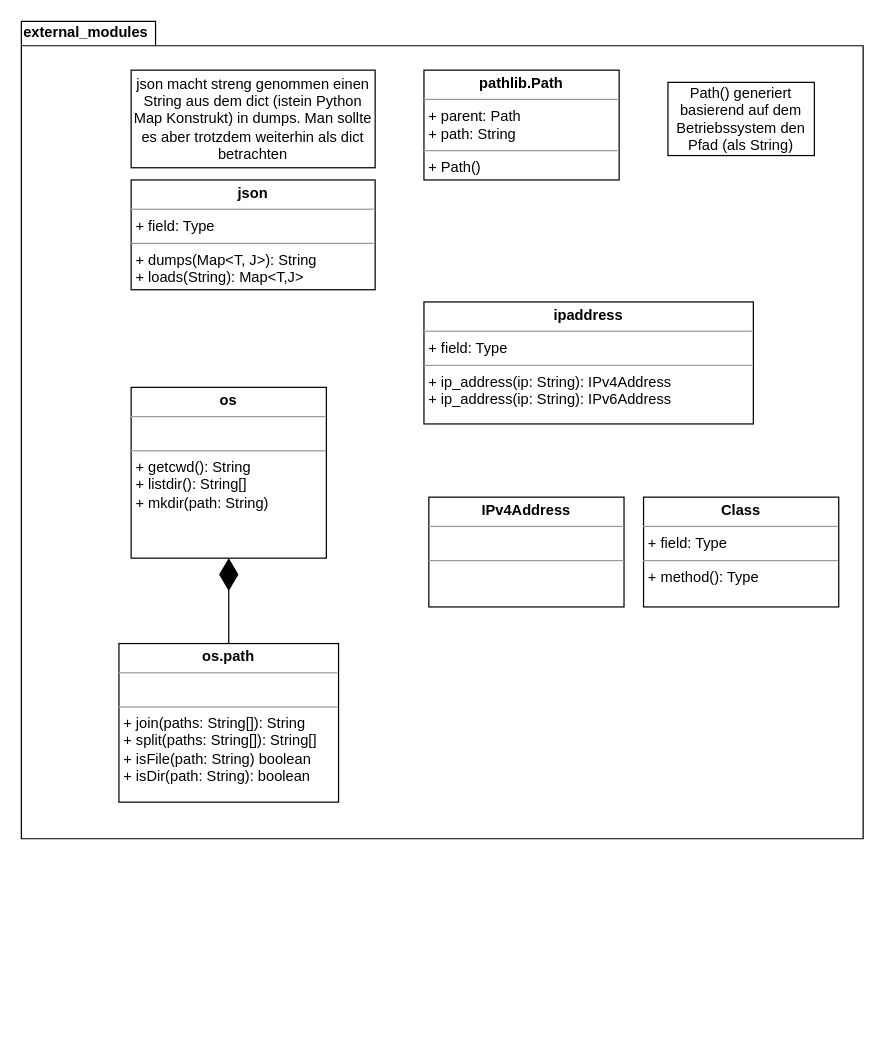
This is entwurf/external_modules.drawio from soerenray/MatFlow, a draw.io file, before an edit. Source tidied: cells renumbered, new cells numbered last; positions are measured from the earlier drawing's top-left corner, leaving out a move shared by most shapes. Both pictures are drawn from the tidied source at 122%, with x=0, y=0 at pixel (21, 21).
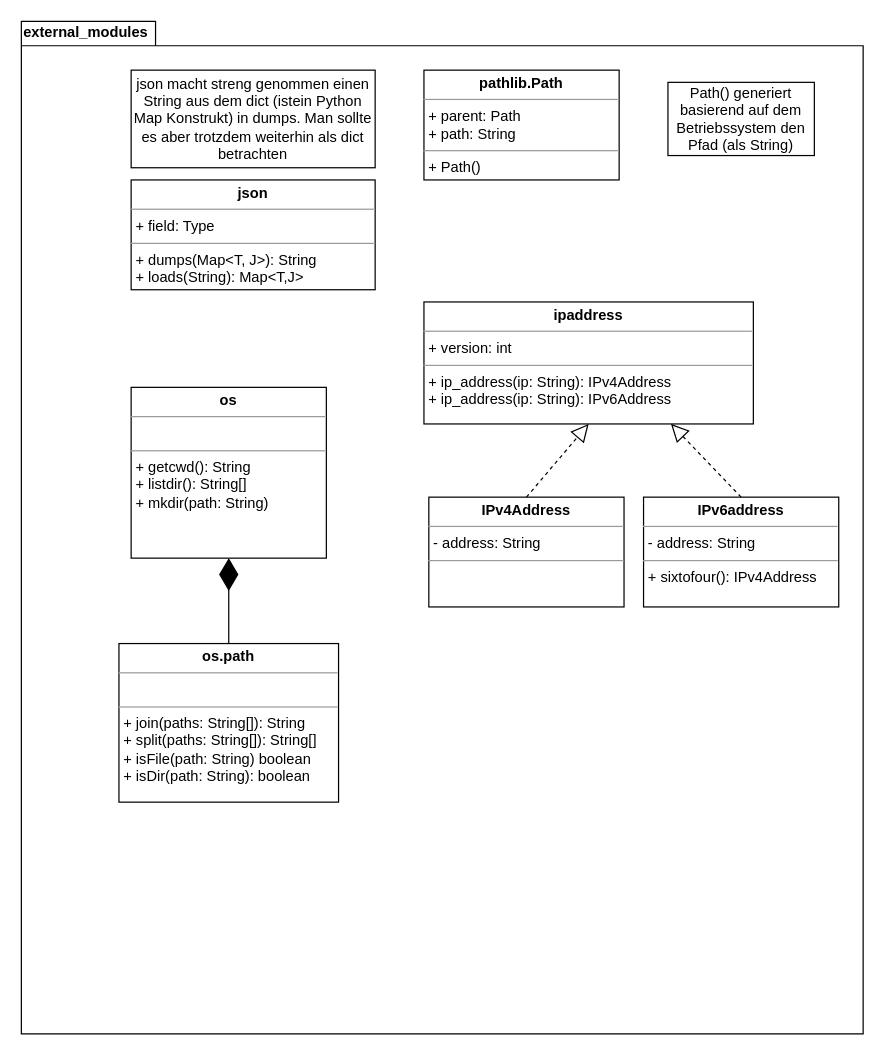
The same diagram, later.

Change to the diagram source:
```diff
@@
 <mxGraphModel>
   <root>
     <mxCell id="0" />
     <mxCell id="1" parent="0" />
     <mxCell id="2" value="external_modules" style="shape=folder;fontStyle=1;spacingTop=-5;tabWidth=110;tabHeight=20;tabPosition=left;html=1;align=left;verticalAlign=top;" parent="1" vertex="1">
-      <mxGeometry width="690" height="670" as="geometry" />
+      <mxGeometry width="690" height="830" as="geometry" />
     </mxCell>
     <mxCell id="3" value="&lt;p style=&quot;margin: 0px ; margin-top: 4px ; text-align: center&quot;&gt;&lt;b&gt;pathlib.Path&lt;/b&gt;&lt;/p&gt;&lt;hr size=&quot;1&quot;&gt;&lt;p style=&quot;margin: 0px ; margin-left: 4px&quot;&gt;+ parent: Path&lt;/p&gt;&lt;p style=&quot;margin: 0px ; margin-left: 4px&quot;&gt;+ path: String&lt;/p&gt;&lt;hr size=&quot;1&quot;&gt;&lt;p style=&quot;margin: 0px ; margin-left: 4px&quot;&gt;+ Path()&lt;/p&gt;" style="verticalAlign=top;align=left;overflow=fill;fontSize=12;fontFamily=Helvetica;html=1;" parent="1" vertex="1">
       <mxGeometry x="330" y="40" width="160" height="90" as="geometry" />
     </mxCell>
     <mxCell id="4" value="Path() generiert basierend auf dem Betriebssystem den Pfad (als String)" style="rounded=0;whiteSpace=wrap;html=1;" parent="1" vertex="1">
       <mxGeometry x="530" y="50" width="120" height="60" as="geometry" />
     </mxCell>
     <mxCell id="5" value="&lt;p style=&quot;margin: 0px ; margin-top: 4px ; text-align: center&quot;&gt;&lt;b&gt;os&lt;/b&gt;&lt;/p&gt;&lt;hr size=&quot;1&quot;&gt;&lt;p style=&quot;margin: 0px ; margin-left: 4px&quot;&gt;&lt;br&gt;&lt;/p&gt;&lt;hr size=&quot;1&quot;&gt;&lt;p style=&quot;margin: 0px 0px 0px 4px&quot;&gt;+ getcwd(): String&lt;/p&gt;&lt;p style=&quot;margin: 0px 0px 0px 4px&quot;&gt;+ listdir(): String[]&lt;/p&gt;&lt;p style=&quot;margin: 0px 0px 0px 4px&quot;&gt;+ mkdir(path: String)&lt;br&gt;&lt;/p&gt;&lt;div&gt;&lt;br&gt;&lt;/div&gt;" style="verticalAlign=top;align=left;overflow=fill;fontSize=12;fontFamily=Helvetica;html=1;" parent="1" vertex="1">
       <mxGeometry x="90" y="300" width="160" height="140" as="geometry" />
     </mxCell>
     <mxCell id="6" value="&lt;p style=&quot;margin: 0px ; margin-top: 4px ; text-align: center&quot;&gt;&lt;b&gt;os.path&lt;/b&gt;&lt;/p&gt;&lt;hr size=&quot;1&quot;&gt;&lt;p style=&quot;margin: 0px ; margin-left: 4px&quot;&gt;&lt;br&gt;&lt;/p&gt;&lt;hr size=&quot;1&quot;&gt;&lt;p style=&quot;margin: 0px ; margin-left: 4px&quot;&gt;+ join(paths: String[]): String&lt;br&gt;&lt;/p&gt;&lt;p style=&quot;margin: 0px ; margin-left: 4px&quot;&gt;+ split(paths: String[]): String[]&lt;/p&gt;&lt;p style=&quot;margin: 0px ; margin-left: 4px&quot;&gt;+ isFile(path: String) boolean&lt;/p&gt;&lt;p style=&quot;margin: 0px ; margin-left: 4px&quot;&gt;+ isDir(path: String): boolean&lt;/p&gt;&lt;p style=&quot;margin: 0px ; margin-left: 4px&quot;&gt;&lt;br&gt;&lt;/p&gt;&lt;p style=&quot;margin: 0px ; margin-left: 4px&quot;&gt;&lt;br&gt;&lt;/p&gt;&lt;p style=&quot;margin: 0px ; margin-left: 4px&quot;&gt;&lt;br&gt;&lt;/p&gt;" style="verticalAlign=top;align=left;overflow=fill;fontSize=12;fontFamily=Helvetica;html=1;" parent="1" vertex="1">
       <mxGeometry x="80" y="510" width="180" height="130" as="geometry" />
     </mxCell>
     <mxCell id="7" style="endArrow=diamondThin;endFill=1;endSize=24;html=1;rounded=0;" parent="1" edge="1">
       <mxGeometry relative="1" as="geometry">
         <mxPoint x="170" y="510" as="sourcePoint" />
         <mxPoint x="170" y="440" as="targetPoint" />
       </mxGeometry>
     </mxCell>
     <mxCell id="8" value="&lt;p style=&quot;margin: 0px ; margin-top: 4px ; text-align: center&quot;&gt;&lt;b&gt;json&lt;/b&gt;&lt;/p&gt;&lt;hr size=&quot;1&quot;&gt;&lt;p style=&quot;margin: 0px ; margin-left: 4px&quot;&gt;+ field: Type&lt;/p&gt;&lt;hr size=&quot;1&quot;&gt;&lt;p style=&quot;margin: 0px ; margin-left: 4px&quot;&gt;+ dumps(Map&amp;lt;T, J&amp;gt;): String&lt;/p&gt;&lt;p style=&quot;margin: 0px ; margin-left: 4px&quot;&gt;+ loads(String): Map&amp;lt;T,J&amp;gt;&lt;/p&gt;" style="verticalAlign=top;align=left;overflow=fill;fontSize=12;fontFamily=Helvetica;html=1;" parent="1" vertex="1">
       <mxGeometry x="90" y="130" width="200" height="90" as="geometry" />
     </mxCell>
     <mxCell id="9" value="json macht streng genommen einen String aus dem dict (istein Python Map Konstrukt) in dumps. Man sollte es aber trotzdem weiterhin als dict betrachten" style="rounded=0;whiteSpace=wrap;html=1;" parent="1" vertex="1">
       <mxGeometry x="90" y="40" width="200" height="80" as="geometry" />
     </mxCell>
-    <mxCell id="10" value="&lt;p style=&quot;margin: 0px ; margin-top: 4px ; text-align: center&quot;&gt;&lt;b&gt;ipaddress&lt;/b&gt;&lt;/p&gt;&lt;hr size=&quot;1&quot;&gt;&lt;p style=&quot;margin: 0px ; margin-left: 4px&quot;&gt;+ field: Type&lt;/p&gt;&lt;hr size=&quot;1&quot;&gt;&lt;p style=&quot;margin: 0px ; margin-left: 4px&quot;&gt;+ ip_address(ip: String): IPv4Address&lt;/p&gt;&lt;p style=&quot;margin: 0px ; margin-left: 4px&quot;&gt;+ ip_address(ip: String): IPv6Address&lt;/p&gt;" style="verticalAlign=top;align=left;overflow=fill;fontSize=12;fontFamily=Helvetica;html=1;" parent="1" vertex="1">
+    <mxCell id="10" value="&lt;p style=&quot;margin: 0px ; margin-top: 4px ; text-align: center&quot;&gt;&lt;b&gt;ipaddress&lt;/b&gt;&lt;/p&gt;&lt;hr size=&quot;1&quot;&gt;&lt;p style=&quot;margin: 0px ; margin-left: 4px&quot;&gt;+ version: int&lt;/p&gt;&lt;hr size=&quot;1&quot;&gt;&lt;p style=&quot;margin: 0px ; margin-left: 4px&quot;&gt;+ ip_address(ip: String): IPv4Address&lt;/p&gt;&lt;p style=&quot;margin: 0px ; margin-left: 4px&quot;&gt;+ ip_address(ip: String): IPv6Address&lt;/p&gt;" style="verticalAlign=top;align=left;overflow=fill;fontSize=12;fontFamily=Helvetica;html=1;" parent="1" vertex="1">
       <mxGeometry x="330" y="230" width="270" height="100" as="geometry" />
     </mxCell>
-    <mxCell id="11" value="&lt;p style=&quot;margin: 0px ; margin-top: 4px ; text-align: center&quot;&gt;&lt;b&gt;IPv4Address&lt;/b&gt;&lt;/p&gt;&lt;hr size=&quot;1&quot;&gt;&lt;p style=&quot;margin: 0px ; margin-left: 4px&quot;&gt;&lt;br&gt;&lt;/p&gt;&lt;hr size=&quot;1&quot;&gt;&lt;p style=&quot;margin: 0px ; margin-left: 4px&quot;&gt;&lt;br&gt;&lt;/p&gt;" style="verticalAlign=top;align=left;overflow=fill;fontSize=12;fontFamily=Helvetica;html=1;" parent="1" vertex="1">
+    <mxCell id="11" value="&lt;p style=&quot;margin: 0px ; margin-top: 4px ; text-align: center&quot;&gt;&lt;b&gt;IPv4Address&lt;/b&gt;&lt;/p&gt;&lt;hr size=&quot;1&quot;&gt;&lt;p style=&quot;margin: 0px ; margin-left: 4px&quot;&gt;- address: String&lt;/p&gt;&lt;hr size=&quot;1&quot;&gt;&lt;p style=&quot;margin: 0px ; margin-left: 4px&quot;&gt;&lt;br&gt;&lt;/p&gt;" style="verticalAlign=top;align=left;overflow=fill;fontSize=12;fontFamily=Helvetica;html=1;" parent="1" vertex="1">
       <mxGeometry x="334" y="390" width="160" height="90" as="geometry" />
     </mxCell>
-    <mxCell id="12" value="&lt;p style=&quot;margin:0px;margin-top:4px;text-align:center;&quot;&gt;&lt;b&gt;Class&lt;/b&gt;&lt;/p&gt;&lt;hr size=&quot;1&quot;/&gt;&lt;p style=&quot;margin:0px;margin-left:4px;&quot;&gt;+ field: Type&lt;/p&gt;&lt;hr size=&quot;1&quot;/&gt;&lt;p style=&quot;margin:0px;margin-left:4px;&quot;&gt;+ method(): Type&lt;/p&gt;" style="verticalAlign=top;align=left;overflow=fill;fontSize=12;fontFamily=Helvetica;html=1;" parent="1" vertex="1">
+    <mxCell id="12" value="&lt;p style=&quot;margin: 0px ; margin-top: 4px ; text-align: center&quot;&gt;&lt;b&gt;IPv6address&lt;/b&gt;&lt;/p&gt;&lt;hr size=&quot;1&quot;&gt;&lt;p style=&quot;margin: 0px ; margin-left: 4px&quot;&gt;- address: String&lt;/p&gt;&lt;hr size=&quot;1&quot;&gt;&lt;p style=&quot;margin: 0px ; margin-left: 4px&quot;&gt;+ sixtofour(): IPv4Address&lt;br&gt;&lt;/p&gt;" style="verticalAlign=top;align=left;overflow=fill;fontSize=12;fontFamily=Helvetica;html=1;" parent="1" vertex="1">
       <mxGeometry x="510" y="390" width="160" height="90" as="geometry" />
     </mxCell>
+    <mxCell id="13" style="endArrow=block;dashed=1;endFill=0;endSize=12;html=1;rounded=0;exitX=0.5;exitY=0;exitDx=0;exitDy=0;entryX=0.5;entryY=1;entryDx=0;entryDy=0;" parent="1" edge="1" source="11" target="10">
+      <mxGeometry relative="1" as="geometry" />
+    </mxCell>
+    <mxCell id="14" style="endArrow=block;dashed=1;endFill=0;endSize=12;html=1;rounded=0;exitX=0.5;exitY=0;exitDx=0;exitDy=0;entryX=0.75;entryY=1;entryDx=0;entryDy=0;" parent="1" edge="1" source="12" target="10">
+      <mxGeometry relative="1" as="geometry" />
+    </mxCell>
   </root>
 </mxGraphModel>
```
